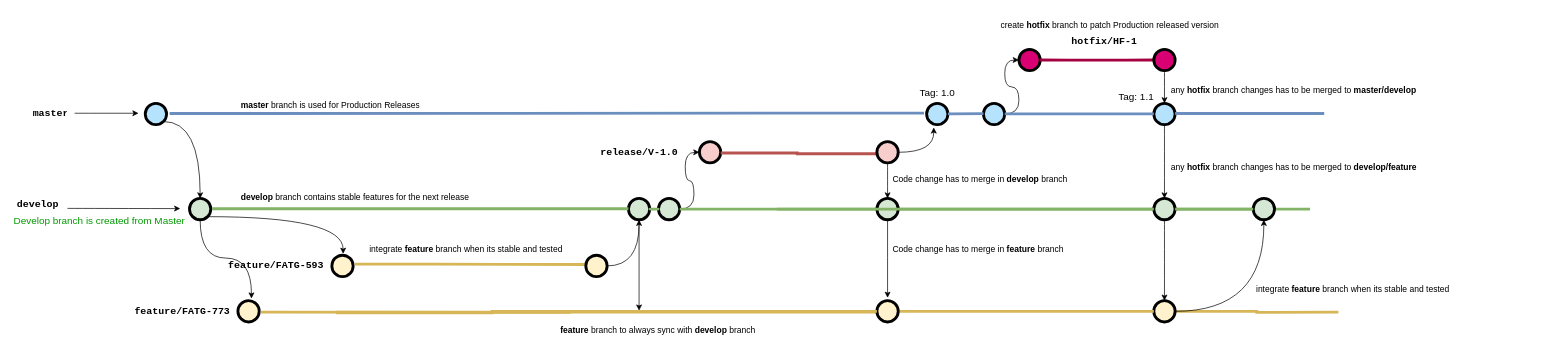
This is Untitled Diagram.drawio from devenparab/draw.io, a draw.io file, before an edit. Source tidied: cells renumbered, new cells numbered last; positions are measured from the earlier drawing's top-left corner, leaving out a move shared by most shapes. Both pictures are drawn from the tidied source at 71%, with x=0, y=0 at pixel (12, 12).
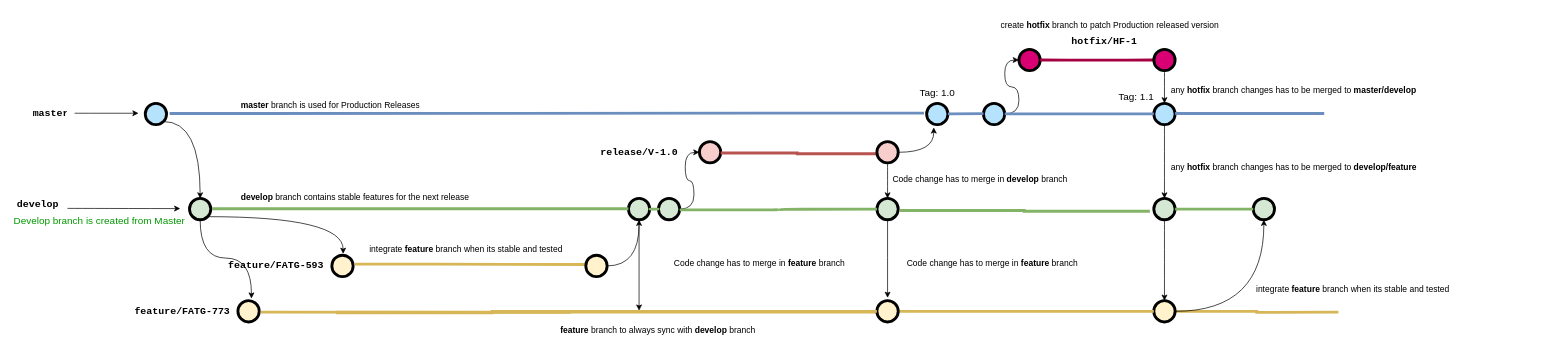
After the change.

The change refers to these unchanged cells:
```xml
<mxCell id="23" style="verticalLabelPosition=bottom;verticalAlign=top;html=1;strokeWidth=4;shape=mxgraph.flowchart.on-page_reference;plain-purple;gradientColor=none;strokeColor=#000000;fillColor=#D5E8D4;" parent="1" vertex="1">
  <mxGeometry x="909.9" y="262" width="30" height="30" as="geometry" />
</mxCell>
<mxCell id="33" style="verticalLabelPosition=bottom;verticalAlign=top;html=1;strokeWidth=4;shape=mxgraph.flowchart.on-page_reference;plain-purple;gradientColor=none;strokeColor=#000000;fillColor=#D5E8D4;" parent="1" vertex="1">
  <mxGeometry x="1217.6" y="262" width="30" height="30" as="geometry" />
</mxCell>
<mxCell id="45" style="verticalLabelPosition=bottom;verticalAlign=top;html=1;strokeWidth=4;shape=mxgraph.flowchart.on-page_reference;plain-purple;gradientColor=none;strokeColor=#000000;fillColor=#D5E8D4;" parent="1" vertex="1">
  <mxGeometry x="1607.6" y="262" width="30" height="30" as="geometry" />
</mxCell>
<mxCell id="50" style="verticalLabelPosition=bottom;verticalAlign=top;html=1;strokeWidth=4;shape=mxgraph.flowchart.on-page_reference;plain-purple;gradientColor=none;strokeColor=#000000;fillColor=#D5E8D4;" parent="1" vertex="1">
  <mxGeometry x="1747.6" y="262" width="30" height="30" as="geometry" />
</mxCell>
```

Change to the diagram source:
```diff
@@
-    <mxCell id="6" style="edgeStyle=orthogonalEdgeStyle;rounded=0;html=1;jettySize=auto;strokeWidth=4;endArrow=none;endFill=0;curved=1;startArrow=none;fillColor=#d5e8d4;strokeColor=#82b366;" parent="1" edge="1" source="50">
-      <mxGeometry x="-316.4" y="296.5" as="geometry">
-        <mxPoint x="1827.6" y="277" as="targetPoint" />
-        <Array as="points">
-          <mxPoint x="368.6" y="277" />
-        </Array>
-      </mxGeometry>
-    </mxCell>
@@
-    <mxCell id="46" style="edgeStyle=orthogonalEdgeStyle;rounded=0;html=1;jettySize=auto;strokeWidth=4;endArrow=none;endFill=0;curved=1;startArrow=none;fillColor=#d5e8d4;strokeColor=#82b366;" parent="1" edge="1" source="23" target="45">
-      <mxGeometry x="-316.4" y="296.5" as="geometry" />
-    </mxCell>
@@
     <mxCell id="58" value="&lt;div&gt;Code change has to merge in &lt;b&gt;feature&amp;nbsp;&lt;/b&gt;branch&lt;/div&gt;" style="text;html=1;strokeColor=none;fillColor=none;align=left;verticalAlign=middle;whiteSpace=wrap;overflow=hidden;fontSize=12;fontStyle=0;fontColor=#000000;" parent="1" vertex="1">
-      <mxGeometry x="1237.6" y="316" width="418.2" height="36" as="geometry" />
+      <mxGeometry x="930" y="336" width="418.2" height="36" as="geometry" />
     </mxCell>
@@
+    <mxCell id="71" value="&lt;div&gt;Code change has to merge in &lt;b&gt;feature&amp;nbsp;&lt;/b&gt;branch&lt;/div&gt;" style="text;html=1;strokeColor=none;fillColor=none;align=left;verticalAlign=middle;whiteSpace=wrap;overflow=hidden;fontSize=12;fontStyle=0;fontColor=#000000;" parent="1" vertex="1">
+      <mxGeometry x="1257.6" y="336" width="418.2" height="36" as="geometry" />
+    </mxCell>
+    <mxCell id="72" style="edgeStyle=orthogonalEdgeStyle;rounded=0;html=1;jettySize=auto;strokeWidth=4;endArrow=none;endFill=0;curved=1;startArrow=none;fillColor=#d5e8d4;strokeColor=#82b366;entryX=0;entryY=0.5;entryDx=0;entryDy=0;entryPerimeter=0;" parent="1" edge="1" target="33">
+      <mxGeometry x="-1014.1" y="297.5" as="geometry">
+        <mxPoint x="939.9" y="278" as="sourcePoint" />
+      </mxGeometry>
+    </mxCell>
+    <mxCell id="73" style="edgeStyle=orthogonalEdgeStyle;rounded=0;html=1;jettySize=auto;orthogonalLoop=1;strokeWidth=4;endArrow=none;endFill=0;startArrow=none;fillColor=#d5e8d4;strokeColor=#82b366;" parent="1" edge="1">
+      <mxGeometry x="-704.1" y="298.5" as="geometry">
+        <mxPoint x="1249.9" y="279" as="sourcePoint" />
+        <mxPoint x="1600" y="278" as="targetPoint" />
+        <Array as="points">
+          <mxPoint x="1425" y="279" />
+          <mxPoint x="1600" y="280" />
+        </Array>
+      </mxGeometry>
+    </mxCell>
```
